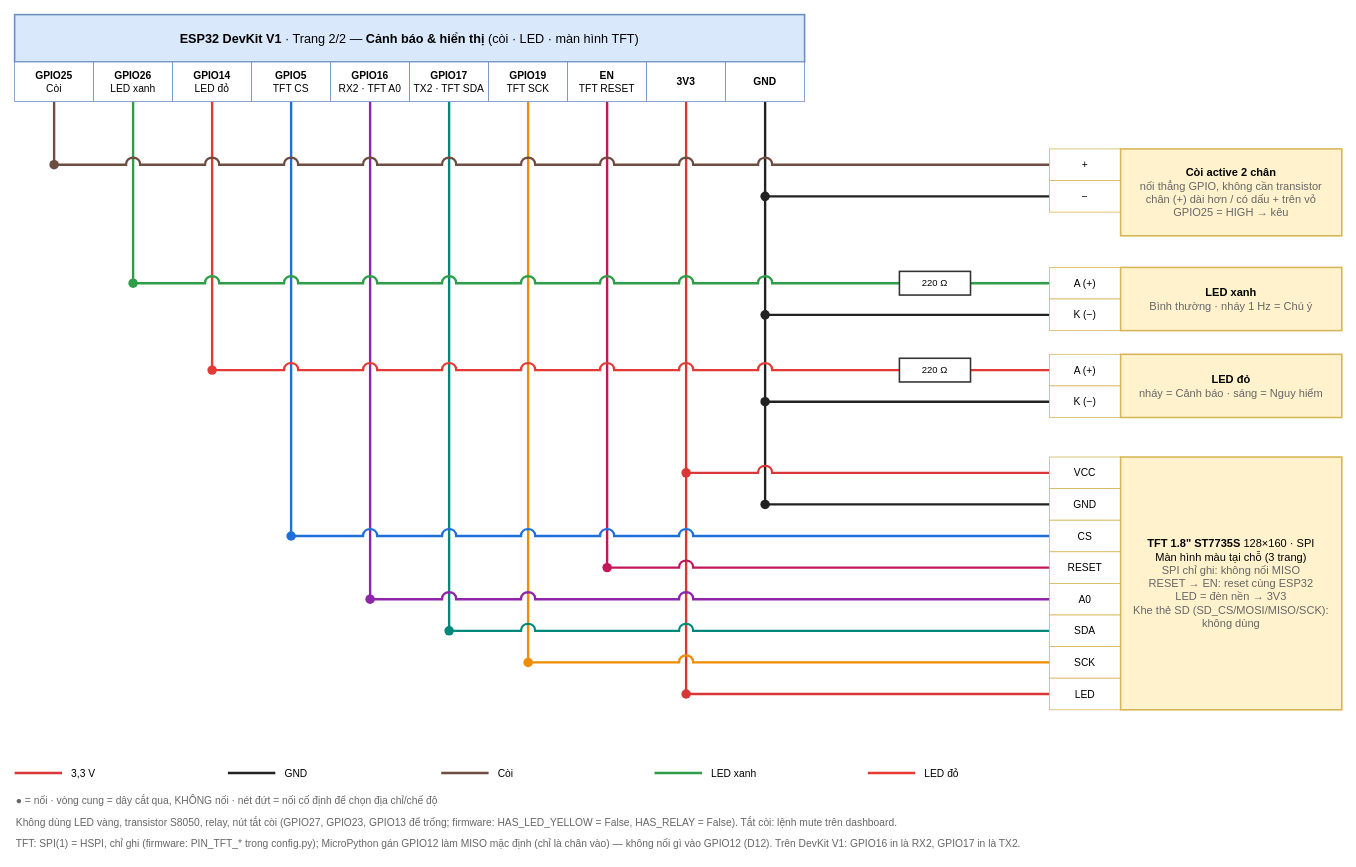
Earlier version of the draw.io diagram page "2 - Canh bao + TFT" (2 of 2) of docs/hardware/wiring.drawio (danhle396/pythonnhung). Source tidied: cells renumbered, new cells numbered last; positions are measured from the earlier drawing's top-left corner, leaving out a move shared by most shapes. Both pictures are drawn from the tidied source at 79%, with x=0, y=0 at pixel (14, 14).
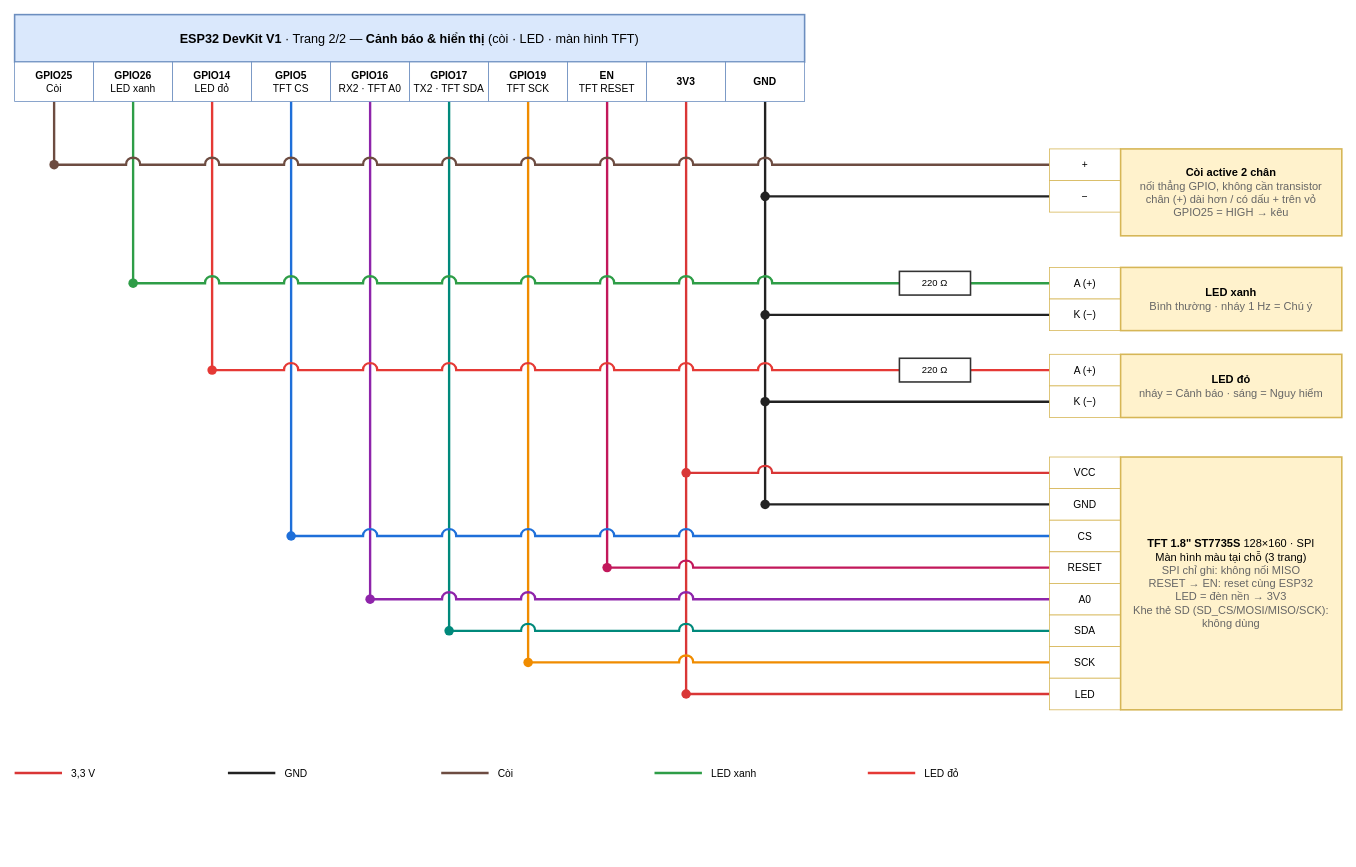
The same page after the edit.

What changed in the source:
```diff
@@
-    <mxCell id="69" value="● = nối · vòng cung = dây cắt qua, KHÔNG nối · nét đứt = nối cố định để chọn địa chỉ/chế độ" style="text;html=1;align=left;verticalAlign=middle;fontSize=13;fontColor=#666666;" parent="1" vertex="1">
-      <mxGeometry y="982" width="900" height="26" as="geometry" />
-    </mxCell>
-    <mxCell id="70" value="Không dùng LED vàng, transistor S8050, relay, nút tắt còi (GPIO27, GPIO23, GPIO13 để trống; firmware: HAS_LED_YELLOW = False, HAS_RELAY = False). Tắt còi: lệnh mute trên dashboard." style="text;html=1;align=left;verticalAlign=middle;fontSize=13;fontColor=#666666;" parent="1" vertex="1">
-      <mxGeometry y="1010" width="1300" height="26" as="geometry" />
-    </mxCell>
-    <mxCell id="71" value="TFT: SPI(1) = HSPI, chỉ ghi (firmware: PIN_TFT_* trong config.py); MicroPython gán GPIO12 làm MISO mặc định (chỉ là chân vào) — không nối gì vào GPIO12 (D12). Trên DevKit V1: GPIO16 in là RX2, GPIO17 in là TX2." style="text;html=1;align=left;verticalAlign=middle;fontSize=13;fontColor=#666666;" parent="1" vertex="1">
-      <mxGeometry y="1036" width="1300" height="26" as="geometry" />
-    </mxCell>
```
